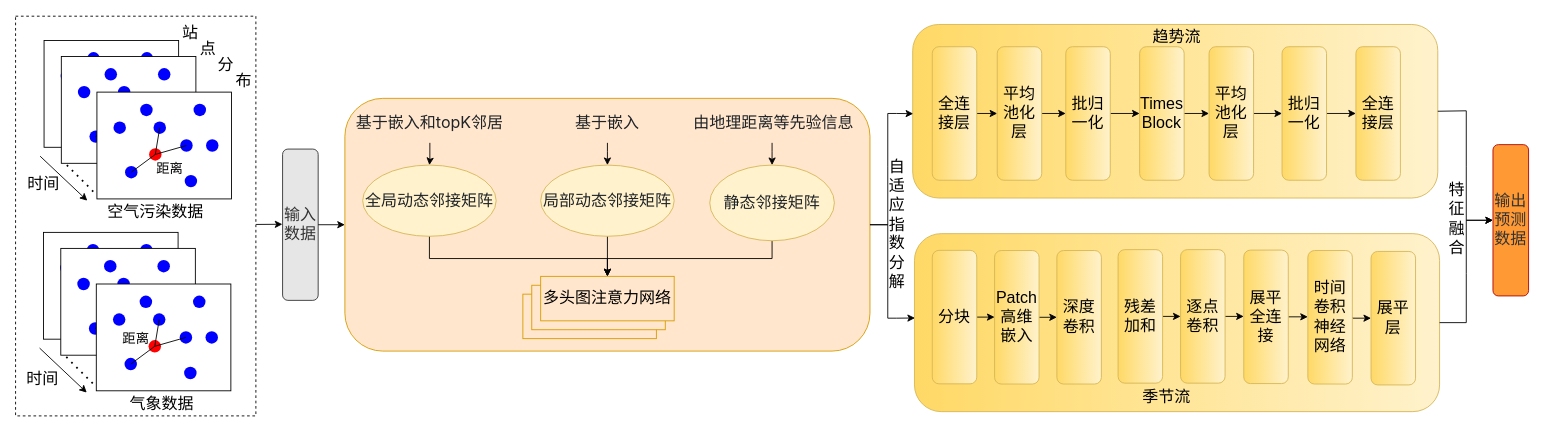
rrrework/hello_webgis keeps this draw.io diagram as 1.drawio. Above is the earlier version. Source tidied: cells renumbered, new cells numbered last; positions are measured from the earlier drawing's top-left corner, leaving out a move shared by most shapes. Both pictures are drawn from the tidied source at 89%, with x=0, y=0 at pixel (15, 15).
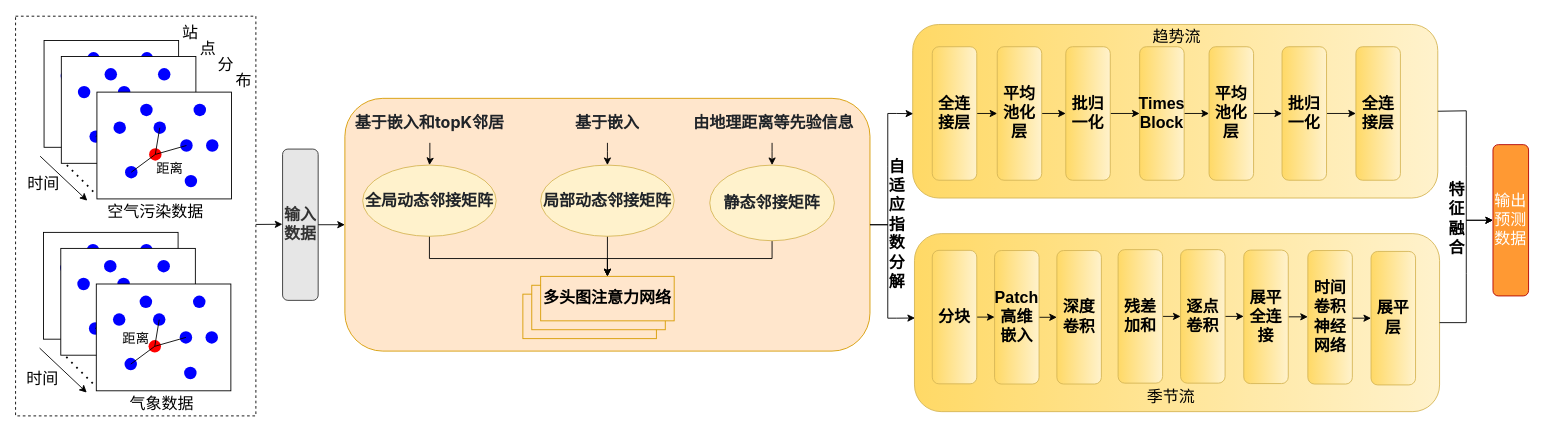
The same page after the edit.

What changed in the source:
```diff
@@
-    <mxCell id="91" value="&lt;font style=&quot;font-size: 18px;&quot;&gt;输入数据&lt;/font&gt;" style="rounded=1;whiteSpace=wrap;html=1;fillColor=#E6E6E6;fontColor=#333333;strokeColor=#333333;direction=south;" parent="1" vertex="1">
+    <mxCell id="91" value="&lt;font style=&quot;font-size: 18px;&quot;&gt;&lt;b&gt;输入数据&lt;/b&gt;&lt;/font&gt;" style="rounded=1;whiteSpace=wrap;html=1;fillColor=#E6E6E6;fontColor=#333333;strokeColor=#333333;direction=south;" parent="1" vertex="1">
       <mxGeometry x="300" y="150" width="40" height="170" as="geometry" />
     </mxCell>
@@
-    <mxCell id="94" value="&lt;span style=&quot;color: rgb(31, 35, 40); font-family: -apple-system, BlinkMacSystemFont, &amp;quot;Segoe UI&amp;quot;, &amp;quot;Noto Sans&amp;quot;, Helvetica, Arial, sans-serif, &amp;quot;Apple Color Emoji&amp;quot;, &amp;quot;Segoe UI Emoji&amp;quot;; text-align: left;&quot;&gt;全局动态邻接矩阵&lt;/span&gt;" style="ellipse;whiteSpace=wrap;html=1;fontSize=18;fillColor=#fff2cc;strokeColor=#d6b656;labelBackgroundColor=none;" parent="1" vertex="1">
+    <mxCell id="94" value="&lt;span style=&quot;color: rgb(31, 35, 40); font-family: -apple-system, BlinkMacSystemFont, &amp;quot;Segoe UI&amp;quot;, &amp;quot;Noto Sans&amp;quot;, Helvetica, Arial, sans-serif, &amp;quot;Apple Color Emoji&amp;quot;, &amp;quot;Segoe UI Emoji&amp;quot;; text-align: left;&quot;&gt;&lt;b&gt;全局动态邻接矩阵&lt;/b&gt;&lt;/span&gt;" style="ellipse;whiteSpace=wrap;html=1;fontSize=18;fillColor=#fff2cc;strokeColor=#d6b656;labelBackgroundColor=none;" parent="1" vertex="1">
       <mxGeometry x="390" y="168" width="150" height="80" as="geometry" />
     </mxCell>
@@
-    <mxCell id="96" value="&lt;span style=&quot;color: rgb(31, 35, 40); text-align: left;&quot;&gt;&lt;font face=&quot;Helvetica&quot;&gt;局部动态邻接矩阵&lt;/font&gt;&lt;/span&gt;" style="ellipse;whiteSpace=wrap;html=1;fontSize=18;fillColor=#fff2cc;strokeColor=#d6b656;labelBackgroundColor=none;" parent="1" vertex="1">
+    <mxCell id="96" value="&lt;span style=&quot;color: rgb(31, 35, 40); text-align: left;&quot;&gt;&lt;font face=&quot;Helvetica&quot;&gt;&lt;b&gt;局部动态邻接矩阵&lt;/b&gt;&lt;/font&gt;&lt;/span&gt;" style="ellipse;whiteSpace=wrap;html=1;fontSize=18;fillColor=#fff2cc;strokeColor=#d6b656;labelBackgroundColor=none;" parent="1" vertex="1">
       <mxGeometry x="590" y="168" width="150" height="80" as="geometry" />
     </mxCell>
@@
-    <mxCell id="98" value="&lt;span style=&quot;color: rgb(31, 35, 40); font-family: -apple-system, BlinkMacSystemFont, &amp;quot;Segoe UI&amp;quot;, &amp;quot;Noto Sans&amp;quot;, Helvetica, Arial, sans-serif, &amp;quot;Apple Color Emoji&amp;quot;, &amp;quot;Segoe UI Emoji&amp;quot;; text-align: left;&quot;&gt;静态邻接矩阵&lt;/span&gt;" style="ellipse;whiteSpace=wrap;html=1;fontSize=18;fillColor=#fff2cc;strokeColor=#d6b656;labelBackgroundColor=none;" parent="1" vertex="1">
+    <mxCell id="98" value="&lt;span style=&quot;color: rgb(31, 35, 40); font-family: -apple-system, BlinkMacSystemFont, &amp;quot;Segoe UI&amp;quot;, &amp;quot;Noto Sans&amp;quot;, Helvetica, Arial, sans-serif, &amp;quot;Apple Color Emoji&amp;quot;, &amp;quot;Segoe UI Emoji&amp;quot;; text-align: left;&quot;&gt;&lt;b&gt;静态邻接矩阵&lt;/b&gt;&lt;/span&gt;" style="ellipse;whiteSpace=wrap;html=1;fontSize=18;fillColor=#fff2cc;strokeColor=#d6b656;labelBackgroundColor=none;" parent="1" vertex="1">
       <mxGeometry x="780" y="168" width="140" height="85" as="geometry" />
     </mxCell>
@@
-    <mxCell id="100" value="&lt;span style=&quot;color: rgb(31, 35, 40); font-family: -apple-system, BlinkMacSystemFont, &amp;quot;Segoe UI&amp;quot;, &amp;quot;Noto Sans&amp;quot;, Helvetica, Arial, sans-serif, &amp;quot;Apple Color Emoji&amp;quot;, &amp;quot;Segoe UI Emoji&amp;quot;; font-style: normal; font-variant-ligatures: normal; font-variant-caps: normal; font-weight: 400; letter-spacing: normal; orphans: 2; text-indent: 0px; text-transform: none; widows: 2; word-spacing: 0px; -webkit-text-stroke-width: 0px; white-space: normal; text-decoration-thickness: initial; text-decoration-style: initial; text-decoration-color: initial; float: none; display: inline !important;&quot;&gt;基于嵌入和topK邻居&lt;/span&gt;" style="text;whiteSpace=wrap;html=1;align=center;fontSize=18;labelBackgroundColor=none;" parent="1" vertex="1">
+    <mxCell id="100" value="&lt;span style=&quot;color: rgb(31, 35, 40); font-family: -apple-system, BlinkMacSystemFont, &amp;quot;Segoe UI&amp;quot;, &amp;quot;Noto Sans&amp;quot;, Helvetica, Arial, sans-serif, &amp;quot;Apple Color Emoji&amp;quot;, &amp;quot;Segoe UI Emoji&amp;quot;; font-style: normal; font-variant-ligatures: normal; font-variant-caps: normal; letter-spacing: normal; orphans: 2; text-indent: 0px; text-transform: none; widows: 2; word-spacing: 0px; -webkit-text-stroke-width: 0px; white-space: normal; text-decoration-thickness: initial; text-decoration-style: initial; text-decoration-color: initial; float: none; display: inline !important;&quot;&gt;&lt;b&gt;基于嵌入和topK邻居&lt;/b&gt;&lt;/span&gt;" style="text;whiteSpace=wrap;html=1;align=center;fontSize=18;labelBackgroundColor=none;" parent="1" vertex="1">
       <mxGeometry x="375" y="103" width="181" height="40" as="geometry" />
     </mxCell>
@@
-    <mxCell id="102" value="&lt;span style=&quot;color: rgb(31, 35, 40); font-family: -apple-system, BlinkMacSystemFont, &amp;quot;Segoe UI&amp;quot;, &amp;quot;Noto Sans&amp;quot;, Helvetica, Arial, sans-serif, &amp;quot;Apple Color Emoji&amp;quot;, &amp;quot;Segoe UI Emoji&amp;quot;; font-style: normal; font-variant-ligatures: normal; font-variant-caps: normal; font-weight: 400; letter-spacing: normal; orphans: 2; text-indent: 0px; text-transform: none; widows: 2; word-spacing: 0px; -webkit-text-stroke-width: 0px; white-space: normal; text-decoration-thickness: initial; text-decoration-style: initial; text-decoration-color: initial; float: none; display: inline !important;&quot;&gt;&lt;font style=&quot;font-size: 18px;&quot;&gt;基于嵌入&lt;/font&gt;&lt;/span&gt;" style="text;whiteSpace=wrap;html=1;align=center;labelBackgroundColor=none;" parent="1" vertex="1">
+    <mxCell id="102" value="&lt;span style=&quot;color: rgb(31, 35, 40); font-family: -apple-system, BlinkMacSystemFont, &amp;quot;Segoe UI&amp;quot;, &amp;quot;Noto Sans&amp;quot;, Helvetica, Arial, sans-serif, &amp;quot;Apple Color Emoji&amp;quot;, &amp;quot;Segoe UI Emoji&amp;quot;; font-style: normal; font-variant-ligatures: normal; font-variant-caps: normal; letter-spacing: normal; orphans: 2; text-indent: 0px; text-transform: none; widows: 2; word-spacing: 0px; -webkit-text-stroke-width: 0px; white-space: normal; text-decoration-thickness: initial; text-decoration-style: initial; text-decoration-color: initial; float: none; display: inline !important;&quot;&gt;&lt;font style=&quot;font-size: 18px;&quot;&gt;&lt;b&gt;基于嵌入&lt;/b&gt;&lt;/font&gt;&lt;/span&gt;" style="text;whiteSpace=wrap;html=1;align=center;labelBackgroundColor=none;" parent="1" vertex="1">
       <mxGeometry x="615" y="103" width="100" height="40" as="geometry" />
     </mxCell>
@@
-    <mxCell id="104" value="&lt;span style=&quot;color: rgb(31, 35, 40); font-family: -apple-system, BlinkMacSystemFont, &amp;quot;Segoe UI&amp;quot;, &amp;quot;Noto Sans&amp;quot;, Helvetica, Arial, sans-serif, &amp;quot;Apple Color Emoji&amp;quot;, &amp;quot;Segoe UI Emoji&amp;quot;; font-style: normal; font-variant-ligatures: normal; font-variant-caps: normal; font-weight: 400; letter-spacing: normal; orphans: 2; text-align: left; text-indent: 0px; text-transform: none; widows: 2; word-spacing: 0px; -webkit-text-stroke-width: 0px; white-space: normal; text-decoration-thickness: initial; text-decoration-style: initial; text-decoration-color: initial; float: none; display: inline !important;&quot;&gt;由地理距离等先验信息&lt;/span&gt;" style="text;whiteSpace=wrap;html=1;fontSize=18;labelBackgroundColor=none;" parent="1" vertex="1">
+    <mxCell id="104" value="&lt;span style=&quot;color: rgb(31, 35, 40); font-family: -apple-system, BlinkMacSystemFont, &amp;quot;Segoe UI&amp;quot;, &amp;quot;Noto Sans&amp;quot;, Helvetica, Arial, sans-serif, &amp;quot;Apple Color Emoji&amp;quot;, &amp;quot;Segoe UI Emoji&amp;quot;; font-style: normal; font-variant-ligatures: normal; font-variant-caps: normal; letter-spacing: normal; orphans: 2; text-align: left; text-indent: 0px; text-transform: none; widows: 2; word-spacing: 0px; -webkit-text-stroke-width: 0px; white-space: normal; text-decoration-thickness: initial; text-decoration-style: initial; text-decoration-color: initial; float: none; display: inline !important;&quot;&gt;&lt;b&gt;由地理距离等先验信息&lt;/b&gt;&lt;/span&gt;" style="text;whiteSpace=wrap;html=1;fontSize=18;labelBackgroundColor=none;" parent="1" vertex="1">
       <mxGeometry x="760" y="103" width="190" height="40" as="geometry" />
     </mxCell>
@@
-    <mxCell id="107" value="&lt;font style=&quot;font-size: 18px;&quot;&gt;多头图注意力网络&lt;/font&gt;" style="rounded=0;whiteSpace=wrap;html=1;fillColor=#ffe6cc;strokeColor=#d79b00;" parent="1" vertex="1">
+    <mxCell id="107" value="&lt;font style=&quot;font-size: 18px;&quot;&gt;&lt;b&gt;多头图注意力网络&lt;/b&gt;&lt;/font&gt;" style="rounded=0;whiteSpace=wrap;html=1;fillColor=#ffe6cc;strokeColor=#d79b00;" parent="1" vertex="1">
       <mxGeometry x="590" y="293" width="150" height="50" as="geometry" />
     </mxCell>
@@
-    <mxCell id="110" value="&lt;font face=&quot;宋体&quot;&gt;分块&lt;/font&gt;" style="rounded=1;whiteSpace=wrap;html=1;fillColor=#fff2cc;strokeColor=#d6b656;gradientColor=#ffd966;fontSize=18;direction=south;" parent="1" vertex="1">
+    <mxCell id="110" value="&lt;font face=&quot;宋体&quot;&gt;&lt;b&gt;分块&lt;/b&gt;&lt;/font&gt;" style="rounded=1;whiteSpace=wrap;html=1;fillColor=#fff2cc;strokeColor=#d6b656;gradientColor=#ffd966;fontSize=18;direction=south;" parent="1" vertex="1">
       <mxGeometry x="1030" y="263.8" width="50" height="150" as="geometry" />
     </mxCell>
@@
-    <mxCell id="112" value="&lt;span style=&quot;font-family: 宋体;&quot;&gt;&lt;font&gt;Patch高维嵌入&lt;/font&gt;&lt;/span&gt;" style="whiteSpace=wrap;html=1;rounded=1;fillColor=#fff2cc;gradientColor=#ffd966;strokeColor=#d6b656;fontSize=18;direction=south;" parent="1" vertex="1">
+    <mxCell id="112" value="&lt;span style=&quot;font-family: 宋体;&quot;&gt;&lt;font&gt;&lt;b&gt;Patch高维嵌入&lt;/b&gt;&lt;/font&gt;&lt;/span&gt;" style="whiteSpace=wrap;html=1;rounded=1;fillColor=#fff2cc;gradientColor=#ffd966;strokeColor=#d6b656;fontSize=18;direction=south;" parent="1" vertex="1">
       <mxGeometry x="1100" y="264" width="50" height="150" as="geometry" />
     </mxCell>
-    <mxCell id="113" value="&lt;font face=&quot;宋体&quot;&gt;深度卷积&lt;/font&gt;" style="rounded=1;whiteSpace=wrap;html=1;fillColor=#fff2cc;strokeColor=#d6b656;gradientColor=#ffd966;fontSize=18;direction=south;" parent="1" vertex="1">
+    <mxCell id="113" value="&lt;font face=&quot;宋体&quot;&gt;&lt;b&gt;深度卷积&lt;/b&gt;&lt;/font&gt;" style="rounded=1;whiteSpace=wrap;html=1;fillColor=#fff2cc;strokeColor=#d6b656;gradientColor=#ffd966;fontSize=18;direction=south;" parent="1" vertex="1">
       <mxGeometry x="1170" y="264" width="50" height="150" as="geometry" />
     </mxCell>
@@
-    <mxCell id="115" value="&lt;font face=&quot;宋体&quot;&gt;残差加和&lt;/font&gt;" style="rounded=1;whiteSpace=wrap;html=1;fillColor=#fff2cc;strokeColor=#d6b656;gradientColor=#ffd966;fontSize=18;direction=south;" parent="1" vertex="1">
+    <mxCell id="115" value="&lt;font face=&quot;宋体&quot;&gt;&lt;b&gt;残差加和&lt;/b&gt;&lt;/font&gt;" style="rounded=1;whiteSpace=wrap;html=1;fillColor=#fff2cc;strokeColor=#d6b656;gradientColor=#ffd966;fontSize=18;direction=south;" parent="1" vertex="1">
       <mxGeometry x="1238.8" y="263" width="50" height="150" as="geometry" />
     </mxCell>
@@
-    <mxCell id="117" value="&lt;font face=&quot;宋体&quot;&gt;逐点卷积&lt;/font&gt;" style="rounded=1;whiteSpace=wrap;html=1;fillColor=#fff2cc;strokeColor=#d6b656;gradientColor=#ffd966;fontSize=18;direction=south;" parent="1" vertex="1">
+    <mxCell id="117" value="&lt;font face=&quot;宋体&quot;&gt;&lt;b&gt;逐点卷积&lt;/b&gt;&lt;/font&gt;" style="rounded=1;whiteSpace=wrap;html=1;fillColor=#fff2cc;strokeColor=#d6b656;gradientColor=#ffd966;fontSize=18;direction=south;" parent="1" vertex="1">
       <mxGeometry x="1309" y="263" width="50" height="150" as="geometry" />
     </mxCell>
-    <mxCell id="118" value="&lt;font face=&quot;宋体&quot;&gt;展平层&lt;/font&gt;" style="rounded=1;whiteSpace=wrap;html=1;fillColor=#fff2cc;strokeColor=#d6b656;gradientColor=#ffd966;fontSize=18;direction=south;" parent="1" vertex="1">
+    <mxCell id="118" value="&lt;font face=&quot;宋体&quot;&gt;&lt;b&gt;展平层&lt;/b&gt;&lt;/font&gt;" style="rounded=1;whiteSpace=wrap;html=1;fillColor=#fff2cc;strokeColor=#d6b656;gradientColor=#ffd966;fontSize=18;direction=south;" parent="1" vertex="1">
       <mxGeometry x="1523" y="265" width="50" height="150" as="geometry" />
     </mxCell>
@@
-    <mxCell id="120" value="&lt;font face=&quot;宋体&quot;&gt;展平全连接&lt;/font&gt;" style="rounded=1;whiteSpace=wrap;html=1;fillColor=#fff2cc;strokeColor=#d6b656;gradientColor=#ffd966;fontSize=18;direction=south;" parent="1" vertex="1">
+    <mxCell id="120" value="&lt;font face=&quot;宋体&quot;&gt;&lt;b&gt;展平全连接&lt;/b&gt;&lt;/font&gt;" style="rounded=1;whiteSpace=wrap;html=1;fillColor=#fff2cc;strokeColor=#d6b656;gradientColor=#ffd966;fontSize=18;direction=south;" parent="1" vertex="1">
       <mxGeometry x="1380" y="263.5" width="50" height="150" as="geometry" />
     </mxCell>
@@
-    <mxCell id="122" value="&lt;span style=&quot;font-family: 宋体;&quot;&gt;时间卷积神经网络&lt;/span&gt;" style="rounded=1;whiteSpace=wrap;html=1;fillColor=#fff2cc;strokeColor=#d6b656;gradientColor=#ffd966;fontSize=18;direction=south;" parent="1" vertex="1">
+    <mxCell id="122" value="&lt;span style=&quot;font-family: 宋体;&quot;&gt;&lt;b&gt;时间卷积神经网络&lt;/b&gt;&lt;/span&gt;" style="rounded=1;whiteSpace=wrap;html=1;fillColor=#fff2cc;strokeColor=#d6b656;gradientColor=#ffd966;fontSize=18;direction=south;" parent="1" vertex="1">
       <mxGeometry x="1452" y="264" width="50" height="150" as="geometry" />
     </mxCell>
@@
-    <mxCell id="126" value="&lt;font face=&quot;宋体&quot;&gt;全连接层&lt;/font&gt;" style="rounded=1;whiteSpace=wrap;html=1;fillColor=#fff2cc;strokeColor=#d6b656;gradientColor=#ffd966;fontSize=18;direction=south;" parent="1" vertex="1">
+    <mxCell id="126" value="&lt;font face=&quot;宋体&quot;&gt;&lt;b&gt;全连接层&lt;/b&gt;&lt;/font&gt;" style="rounded=1;whiteSpace=wrap;html=1;fillColor=#fff2cc;strokeColor=#d6b656;gradientColor=#ffd966;fontSize=18;direction=south;" parent="1" vertex="1">
       <mxGeometry x="1030" y="35" width="50" height="150" as="geometry" />
     </mxCell>
@@
-    <mxCell id="128" value="&lt;font face=&quot;宋体&quot;&gt;平均池化层&lt;/font&gt;" style="rounded=1;whiteSpace=wrap;html=1;fillColor=#fff2cc;strokeColor=#d6b656;gradientColor=#ffd966;fontSize=18;direction=south;" parent="1" vertex="1">
+    <mxCell id="128" value="&lt;font face=&quot;宋体&quot;&gt;&lt;b&gt;平均池化层&lt;/b&gt;&lt;/font&gt;" style="rounded=1;whiteSpace=wrap;html=1;fillColor=#fff2cc;strokeColor=#d6b656;gradientColor=#ffd966;fontSize=18;direction=south;" parent="1" vertex="1">
       <mxGeometry x="1103" y="35" width="50" height="150" as="geometry" />
     </mxCell>
@@
-    <mxCell id="130" value="&lt;font face=&quot;宋体&quot;&gt;批归一化&lt;/font&gt;" style="rounded=1;whiteSpace=wrap;html=1;fillColor=#fff2cc;strokeColor=#d6b656;gradientColor=#ffd966;fontSize=18;direction=south;" parent="1" vertex="1">
+    <mxCell id="130" value="&lt;font face=&quot;宋体&quot;&gt;&lt;b&gt;批归一化&lt;/b&gt;&lt;/font&gt;" style="rounded=1;whiteSpace=wrap;html=1;fillColor=#fff2cc;strokeColor=#d6b656;gradientColor=#ffd966;fontSize=18;direction=south;" parent="1" vertex="1">
       <mxGeometry x="1180" y="35" width="50" height="150" as="geometry" />
     </mxCell>
@@
-    <mxCell id="132" value="&lt;font face=&quot;宋体&quot;&gt;Times&lt;/font&gt;&lt;div&gt;&lt;font face=&quot;宋体&quot;&gt;Block&lt;/font&gt;&lt;/div&gt;" style="rounded=1;whiteSpace=wrap;html=1;fillColor=#fff2cc;strokeColor=#d6b656;gradientColor=#ffd966;fontSize=18;direction=south;" parent="1" vertex="1">
+    <mxCell id="132" value="&lt;font face=&quot;宋体&quot;&gt;&lt;b&gt;Times&lt;/b&gt;&lt;/font&gt;&lt;div&gt;&lt;font face=&quot;宋体&quot;&gt;&lt;b&gt;Block&lt;/b&gt;&lt;/font&gt;&lt;/div&gt;" style="rounded=1;whiteSpace=wrap;html=1;fillColor=#fff2cc;strokeColor=#d6b656;gradientColor=#ffd966;fontSize=18;direction=south;" parent="1" vertex="1">
       <mxGeometry x="1263" y="35" width="50" height="150" as="geometry" />
     </mxCell>
@@
-    <mxCell id="134" value="&lt;font face=&quot;宋体&quot;&gt;平均池化层&lt;/font&gt;" style="rounded=1;whiteSpace=wrap;html=1;fillColor=#fff2cc;strokeColor=#d6b656;gradientColor=#ffd966;fontSize=18;direction=south;" parent="1" vertex="1">
+    <mxCell id="134" value="&lt;font face=&quot;宋体&quot;&gt;&lt;b&gt;平均池化层&lt;/b&gt;&lt;/font&gt;" style="rounded=1;whiteSpace=wrap;html=1;fillColor=#fff2cc;strokeColor=#d6b656;gradientColor=#ffd966;fontSize=18;direction=south;" parent="1" vertex="1">
       <mxGeometry x="1341" y="35" width="50" height="150" as="geometry" />
     </mxCell>
-    <mxCell id="135" value="&lt;font face=&quot;宋体&quot;&gt;全连接层&lt;/font&gt;" style="rounded=1;whiteSpace=wrap;html=1;fillColor=#fff2cc;strokeColor=#d6b656;gradientColor=#ffd966;fontSize=18;direction=south;" parent="1" vertex="1">
+    <mxCell id="135" value="&lt;font face=&quot;宋体&quot;&gt;&lt;b&gt;全连接层&lt;/b&gt;&lt;/font&gt;" style="rounded=1;whiteSpace=wrap;html=1;fillColor=#fff2cc;strokeColor=#d6b656;gradientColor=#ffd966;fontSize=18;direction=south;" parent="1" vertex="1">
       <mxGeometry x="1506" y="35" width="50" height="150" as="geometry" />
     </mxCell>
@@
-    <mxCell id="137" value="&lt;font face=&quot;宋体&quot;&gt;批归一化&lt;/font&gt;" style="rounded=1;whiteSpace=wrap;html=1;fillColor=#fff2cc;strokeColor=#d6b656;gradientColor=#ffd966;fontSize=18;direction=south;" parent="1" vertex="1">
+    <mxCell id="137" value="&lt;font face=&quot;宋体&quot;&gt;&lt;b&gt;批归一化&lt;/b&gt;&lt;/font&gt;" style="rounded=1;whiteSpace=wrap;html=1;fillColor=#fff2cc;strokeColor=#d6b656;gradientColor=#ffd966;fontSize=18;direction=south;" parent="1" vertex="1">
       <mxGeometry x="1423" y="35" width="50" height="150" as="geometry" />
     </mxCell>
     <mxCell id="138" value="&lt;font style=&quot;font-size: 18px;&quot;&gt;季节流&lt;/font&gt;" style="text;html=1;align=center;verticalAlign=middle;whiteSpace=wrap;rounded=0;direction=west;strokeWidth=18;" parent="1" vertex="1">
-      <mxGeometry x="1196" y="413.5" width="195" height="30" as="geometry" />
+      <mxGeometry x="1201" y="413.5" width="195" height="30" as="geometry" />
     </mxCell>
@@
-    <mxCell id="141" value="&lt;font style=&quot;font-size: 18px;&quot;&gt;自&lt;/font&gt;&lt;div&gt;&lt;font style=&quot;font-size: 18px;&quot;&gt;适&lt;/font&gt;&lt;/div&gt;&lt;div&gt;&lt;font style=&quot;font-size: 18px;&quot;&gt;应&lt;/font&gt;&lt;/div&gt;&lt;div&gt;&lt;font style=&quot;font-size: 18px;&quot;&gt;指&lt;/font&gt;&lt;/div&gt;&lt;div&gt;&lt;font style=&quot;font-size: 18px;&quot;&gt;数&lt;/font&gt;&lt;/div&gt;&lt;div&gt;&lt;font style=&quot;font-size: 18px;&quot;&gt;分&lt;/font&gt;&lt;/div&gt;&lt;div&gt;&lt;font style=&quot;font-size: 18px;&quot;&gt;解&lt;/font&gt;&lt;/div&gt;" style="text;html=1;align=center;verticalAlign=middle;strokeColor=none;fillColor=none;" parent="1" vertex="1">
+    <mxCell id="141" value="&lt;font style=&quot;font-size: 18px;&quot;&gt;&lt;b&gt;自&lt;/b&gt;&lt;/font&gt;&lt;div&gt;&lt;font style=&quot;font-size: 18px;&quot;&gt;&lt;b&gt;适&lt;/b&gt;&lt;/font&gt;&lt;/div&gt;&lt;div&gt;&lt;font style=&quot;font-size: 18px;&quot;&gt;&lt;b&gt;应&lt;/b&gt;&lt;/font&gt;&lt;/div&gt;&lt;div&gt;&lt;font style=&quot;font-size: 18px;&quot;&gt;&lt;b&gt;指&lt;/b&gt;&lt;/font&gt;&lt;/div&gt;&lt;div&gt;&lt;font style=&quot;font-size: 18px;&quot;&gt;&lt;b&gt;数&lt;/b&gt;&lt;/font&gt;&lt;/div&gt;&lt;div&gt;&lt;font style=&quot;font-size: 18px;&quot;&gt;&lt;b&gt;分&lt;/b&gt;&lt;/font&gt;&lt;/div&gt;&lt;div&gt;&lt;font style=&quot;font-size: 18px;&quot;&gt;&lt;b&gt;解&lt;/b&gt;&lt;/font&gt;&lt;/div&gt;" style="text;html=1;align=center;verticalAlign=middle;strokeColor=none;fillColor=none;" parent="1" vertex="1">
       <mxGeometry x="970" y="155" width="40" height="160" as="geometry" />
     </mxCell>
@@
-    <mxCell id="145" value="&lt;font style=&quot;color: rgb(51, 51, 51); font-size: 18px;&quot;&gt;输出预测数据&lt;/font&gt;" style="rounded=1;whiteSpace=wrap;html=1;fillColor=#FF9933;fontColor=#ffffff;strokeColor=#B20000;direction=south;" parent="1" vertex="1">
+    <mxCell id="145" value="&lt;font style=&quot;font-size: 18px; color: rgb(255, 255, 255);&quot;&gt;输出预测数据&lt;/font&gt;" style="rounded=1;whiteSpace=wrap;html=1;fillColor=#FF9933;fontColor=#ffffff;strokeColor=#B20000;direction=south;" parent="1" vertex="1">
       <mxGeometry x="1660" y="145" width="40" height="170" as="geometry" />
     </mxCell>
@@
-    <mxCell id="148" value="&lt;span style=&quot;font-size: 18px;&quot;&gt;特&lt;/span&gt;&lt;div&gt;&lt;span style=&quot;font-size: 18px;&quot;&gt;征&lt;/span&gt;&lt;/div&gt;&lt;div&gt;&lt;span style=&quot;font-size: 18px;&quot;&gt;融&lt;/span&gt;&lt;/div&gt;&lt;div&gt;&lt;span style=&quot;font-size: 18px;&quot;&gt;合&lt;/span&gt;&lt;/div&gt;" style="text;html=1;align=center;verticalAlign=middle;strokeColor=none;fillColor=none;" parent="1" vertex="1">
+    <mxCell id="148" value="&lt;span style=&quot;font-size: 18px;&quot;&gt;&lt;b&gt;特&lt;/b&gt;&lt;/span&gt;&lt;div&gt;&lt;span style=&quot;font-size: 18px;&quot;&gt;&lt;b&gt;征&lt;/b&gt;&lt;/span&gt;&lt;/div&gt;&lt;div&gt;&lt;span style=&quot;font-size: 18px;&quot;&gt;&lt;b&gt;融&lt;/b&gt;&lt;/span&gt;&lt;/div&gt;&lt;div&gt;&lt;span style=&quot;font-size: 18px;&quot;&gt;&lt;b&gt;合&lt;/b&gt;&lt;/span&gt;&lt;/div&gt;" style="text;html=1;align=center;verticalAlign=middle;strokeColor=none;fillColor=none;" parent="1" vertex="1">
       <mxGeometry x="1599" y="179.3" width="40" height="100" as="geometry" />
     </mxCell>
```
